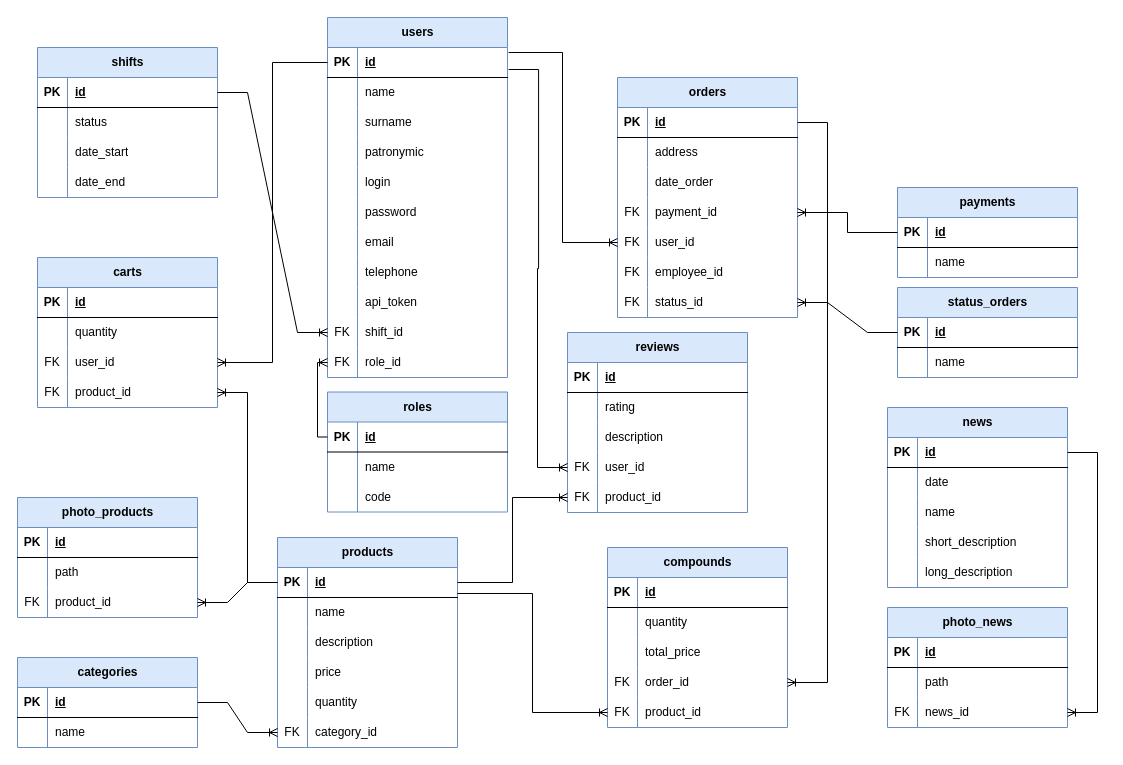
Earlier version of the draw.io diagram page "ЛМ" (2 of 3) of Документация/Main.drawio (savayaqu/Funeral_Service). Source tidied: cells renumbered, new cells numbered last; positions are measured from the earlier drawing's top-left corner, leaving out a move shared by most shapes. Both pictures are drawn from the tidied source at 100%, with x=0, y=0 at pixel (17, 17).
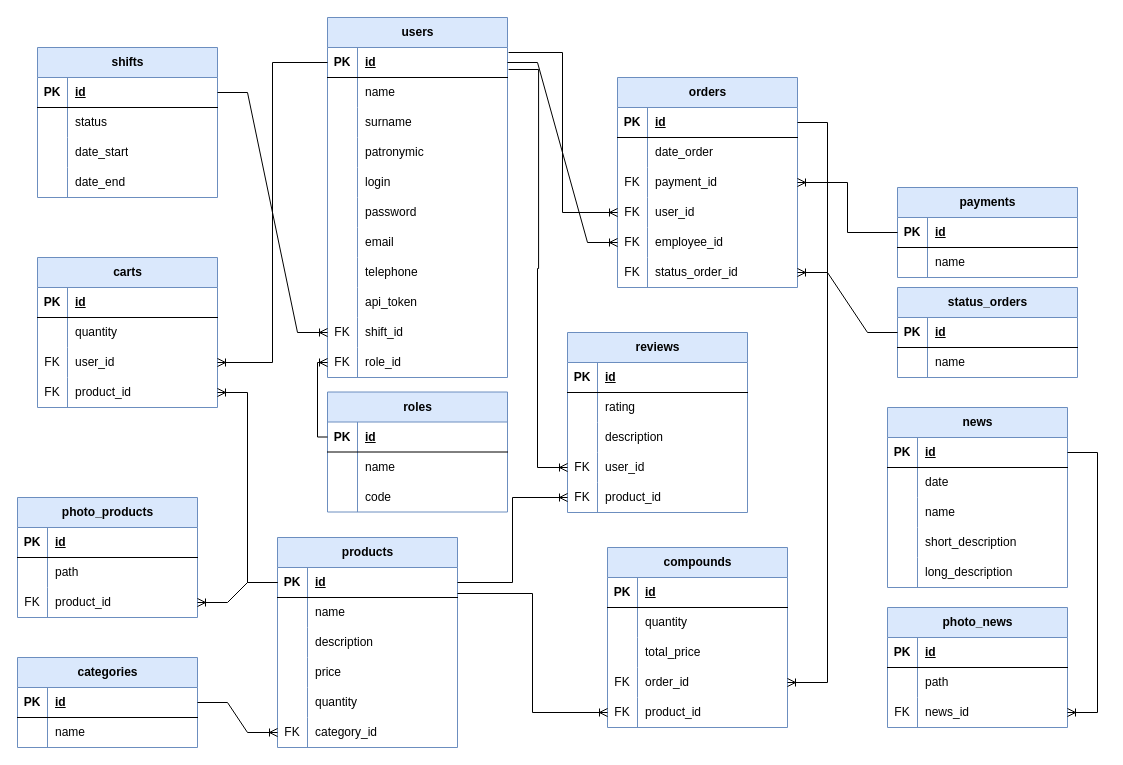
After the change.

The change refers to these unchanged cells:
```xml
<mxCell id="13" style="shape=tableRow;horizontal=0;startSize=0;swimlaneHead=0;swimlaneBody=0;fillColor=none;points=[[0,0.5],[1,0.5]];portConstraint=eastwest;top=0;left=0;right=0;bottom=1;" parent="12" vertex="1">
  <mxGeometry y="30" width="180" height="30" as="geometry" />
</mxCell>
```

Change to the diagram source:
```diff
@@
     <mxCell id="75" value="orders" style="shape=table;startSize=30;childLayout=tableLayout;rowLines=0;fontStyle=1;align=center;html=1;fillColor=#dae8fc;strokeColor=#6c8ebf;" parent="1" vertex="1">
-      <mxGeometry x="600" y="60" width="180" height="240" as="geometry" />
+      <mxGeometry x="600" y="60" width="180" height="210" as="geometry" />
     </mxCell>
@@
-    <mxCell id="79" style="shape=tableRow;horizontal=0;startSize=0;swimlaneHead=0;swimlaneBody=0;fillColor=none;top=0;left=0;right=0;bottom=0;" parent="75" vertex="1">
-      <mxGeometry y="60" width="180" height="30" as="geometry" />
-    </mxCell>
-    <mxCell id="80" style="shape=partialRectangle;fillColor=none;top=0;left=0;bottom=0;right=0;overflow=hidden;whiteSpace=wrap;html=1;" parent="79" vertex="1">
-      <mxGeometry width="30" height="30" as="geometry" />
-    </mxCell>
-    <mxCell id="81" value="address" style="shape=partialRectangle;fillColor=none;top=0;left=0;bottom=0;right=0;align=left;spacingLeft=6;overflow=hidden;whiteSpace=wrap;html=1;" parent="79" vertex="1">
-      <mxGeometry x="30" width="150" height="30" as="geometry" />
-    </mxCell>
     <mxCell id="82" style="shape=tableRow;horizontal=0;startSize=0;swimlaneHead=0;swimlaneBody=0;fillColor=none;top=0;left=0;right=0;bottom=0;" parent="75" vertex="1">
-      <mxGeometry y="90" width="180" height="30" as="geometry" />
+      <mxGeometry y="60" width="180" height="30" as="geometry" />
     </mxCell>
@@
     <mxCell id="85" style="shape=tableRow;horizontal=0;startSize=0;swimlaneHead=0;swimlaneBody=0;fillColor=none;points=[[0,0.5],[1,0.5]];portConstraint=eastwest;top=0;left=0;right=0;bottom=0;" parent="75" vertex="1">
-      <mxGeometry y="120" width="180" height="30" as="geometry" />
+      <mxGeometry y="90" width="180" height="30" as="geometry" />
     </mxCell>
@@
     <mxCell id="88" style="shape=tableRow;horizontal=0;startSize=0;swimlaneHead=0;swimlaneBody=0;fillColor=none;points=[[0,0.5],[1,0.5]];portConstraint=eastwest;top=0;left=0;right=0;bottom=0;" parent="75" vertex="1">
-      <mxGeometry y="150" width="180" height="30" as="geometry" />
+      <mxGeometry y="120" width="180" height="30" as="geometry" />
     </mxCell>
@@
     <mxCell id="91" style="shape=tableRow;horizontal=0;startSize=0;swimlaneHead=0;swimlaneBody=0;fillColor=none;points=[[0,0.5],[1,0.5]];portConstraint=eastwest;top=0;left=0;right=0;bottom=0;" parent="75" vertex="1">
-      <mxGeometry y="180" width="180" height="30" as="geometry" />
+      <mxGeometry y="150" width="180" height="30" as="geometry" />
     </mxCell>
@@
     <mxCell id="94" style="shape=tableRow;horizontal=0;startSize=0;swimlaneHead=0;swimlaneBody=0;fillColor=none;points=[[0,0.5],[1,0.5]];portConstraint=eastwest;top=0;left=0;right=0;bottom=0;" parent="75" vertex="1">
-      <mxGeometry y="210" width="180" height="30" as="geometry" />
+      <mxGeometry y="180" width="180" height="30" as="geometry" />
     </mxCell>
@@
-    <mxCell id="96" value="status_id" style="shape=partialRectangle;fillColor=none;top=0;left=0;bottom=0;right=0;align=left;spacingLeft=6;overflow=hidden;whiteSpace=wrap;html=1;" parent="94" vertex="1">
+    <mxCell id="96" value="status_order_id" style="shape=partialRectangle;fillColor=none;top=0;left=0;bottom=0;right=0;align=left;spacingLeft=6;overflow=hidden;whiteSpace=wrap;html=1;" parent="94" vertex="1">
       <mxGeometry x="30" width="150" height="30" as="geometry" />
     </mxCell>
@@
+    <mxCell id="216" style="edgeStyle=entityRelationEdgeStyle;fontSize=12;html=1;endArrow=ERoneToMany;rounded=0;" parent="1" edge="1" source="13" target="91">
+      <mxGeometry relative="1" as="geometry" />
+    </mxCell>
```
